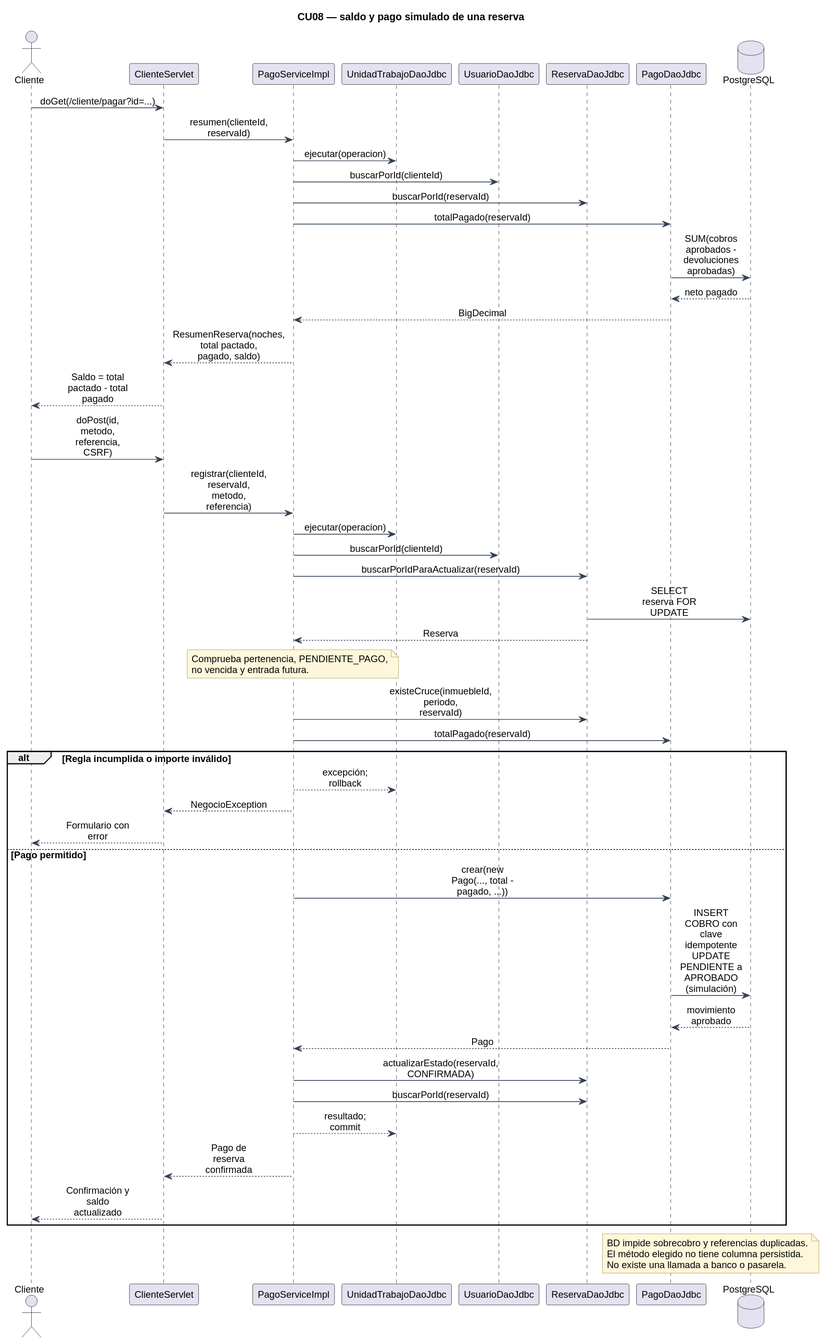
Earlier version of the PlantUML export docs/diagramas/11_secuencia_pago.svg (Davidjp11p07/DayNest). Source of this version:
```plantuml
@startuml
!include estilo.iuml
title CU08 — saldo y pago simulado de una reserva
actor Cliente as u
participant ClienteServlet as web
participant PagoServiceImpl as s
participant UnidadTrabajoDaoJdbc as tx
participant UsuarioDaoJdbc as usuarios
participant ReservaDaoJdbc as reservas
participant PagoDaoJdbc as pagos
database PostgreSQL as bd
u -> web : doGet(/cliente/pagar?id=...)
web -> s : resumen(clienteId, reservaId)
s -> tx : ejecutar(operacion)
s -> usuarios : buscarPorId(clienteId)
s -> reservas : buscarPorId(reservaId)
s -> pagos : totalPagado(reservaId)
pagos -> bd : SUM(cobros aprobados - devoluciones aprobadas)
bd --> pagos : neto pagado
pagos --> s : BigDecimal
s --> web : ResumenReserva(noches, total pactado, pagado, saldo)
web --> u : Saldo = total pactado - total pagado
u -> web : doPost(id, metodo, referencia, CSRF)
web -> s : registrar(clienteId, reservaId, metodo, referencia)
s -> tx : ejecutar(operacion)
s -> usuarios : buscarPorId(clienteId)
s -> reservas : buscarPorIdParaActualizar(reservaId)
reservas -> bd : SELECT reserva FOR UPDATE
reservas --> s : Reserva
note over s : Comprueba pertenencia, PENDIENTE_PAGO,\nno vencida y entrada futura.
s -> reservas : existeCruce(inmuebleId, periodo, reservaId)
s -> pagos : totalPagado(reservaId)
alt Regla incumplida o importe inválido
  s --> tx : excepción; rollback
  s --> web : NegocioException
  web --> u : Formulario con error
else Pago permitido
  s -> pagos : crear(new Pago(..., total - pagado, ...))
  pagos -> bd : INSERT COBRO con clave idempotente\nUPDATE PENDIENTE a APROBADO (simulación)
  bd --> pagos : movimiento aprobado
  pagos --> s : Pago
  s -> reservas : actualizarEstado(reservaId, CONFIRMADA)
  s -> reservas : buscarPorId(reservaId)
  s --> tx : resultado; commit
  s --> web : Pago de reserva confirmada
  web --> u : Confirmación y saldo actualizado
end
note over pagos,bd : BD impide sobrecobro y referencias duplicadas.\nEl método elegido no tiene columna persistida.\nNo existe una llamada a banco o pasarela.
@enduml
```
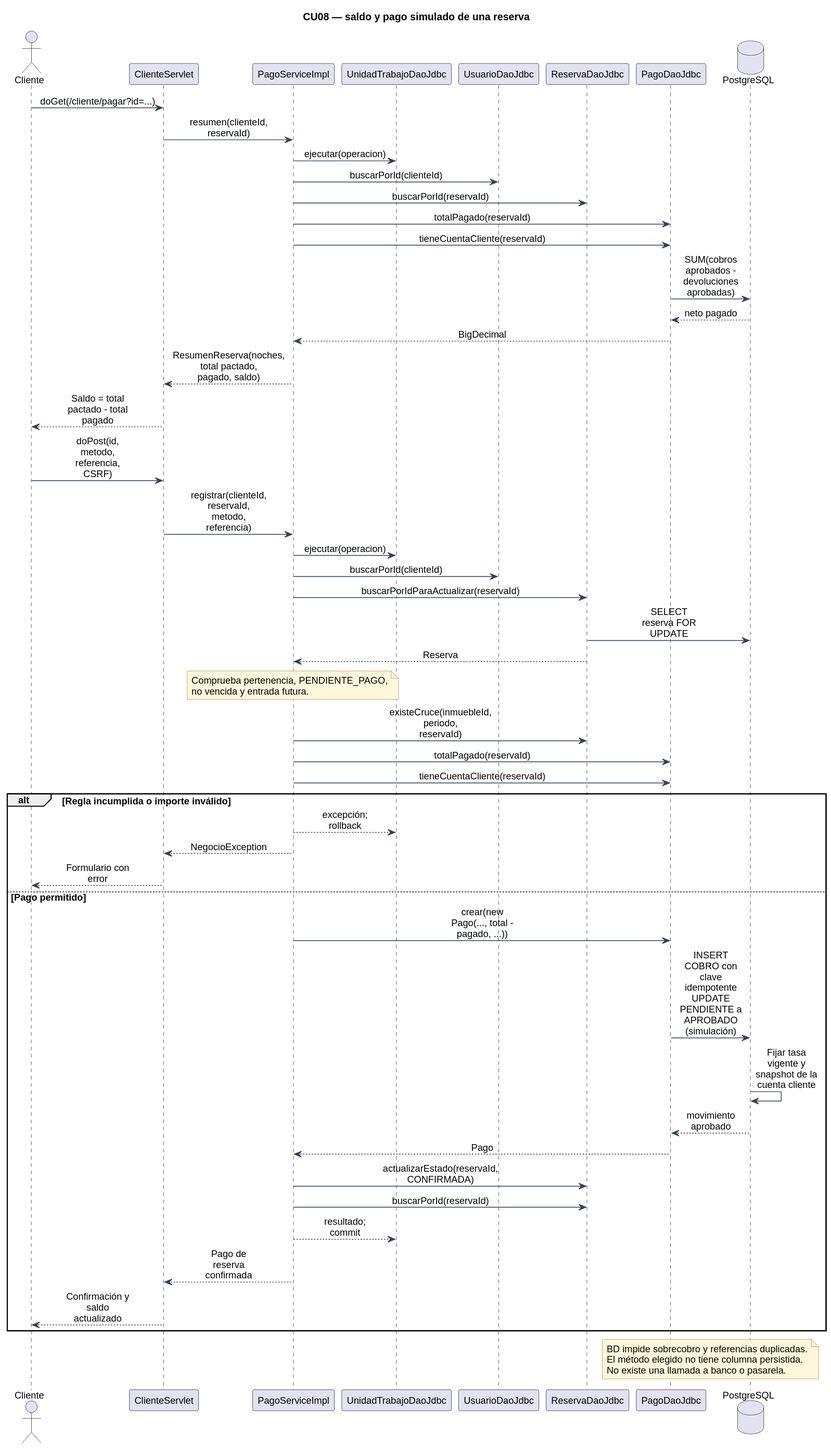
After the commit.

The edit, as a diff of the source:
```diff
@@ -1,4 +1,5 @@
 @startuml
+skinparamlocked metana null
 !include estilo.iuml
 title CU08 — saldo y pago simulado de una reserva
 actor Cliente as u
@@ -15,6 +16,7 @@
 s -> usuarios : buscarPorId(clienteId)
 s -> reservas : buscarPorId(reservaId)
 s -> pagos : totalPagado(reservaId)
+s -> pagos : tieneCuentaCliente(reservaId)
 pagos -> bd : SUM(cobros aprobados - devoluciones aprobadas)
 bd --> pagos : neto pagado
 pagos --> s : BigDecimal
@@ -30,6 +32,7 @@
 note over s : Comprueba pertenencia, PENDIENTE_PAGO,\nno vencida y entrada futura.
 s -> reservas : existeCruce(inmuebleId, periodo, reservaId)
 s -> pagos : totalPagado(reservaId)
+s -> pagos : tieneCuentaCliente(reservaId)
 alt Regla incumplida o importe inválido
   s --> tx : excepción; rollback
   s --> web : NegocioException
@@ -37,6 +40,7 @@
 else Pago permitido
   s -> pagos : crear(new Pago(..., total - pagado, ...))
   pagos -> bd : INSERT COBRO con clave idempotente\nUPDATE PENDIENTE a APROBADO (simulación)
+  bd -> bd : Fijar tasa vigente y snapshot de la cuenta cliente
   bd --> pagos : movimiento aprobado
   pagos --> s : Pago
   s -> reservas : actualizarEstado(reservaId, CONFIRMADA)
```
